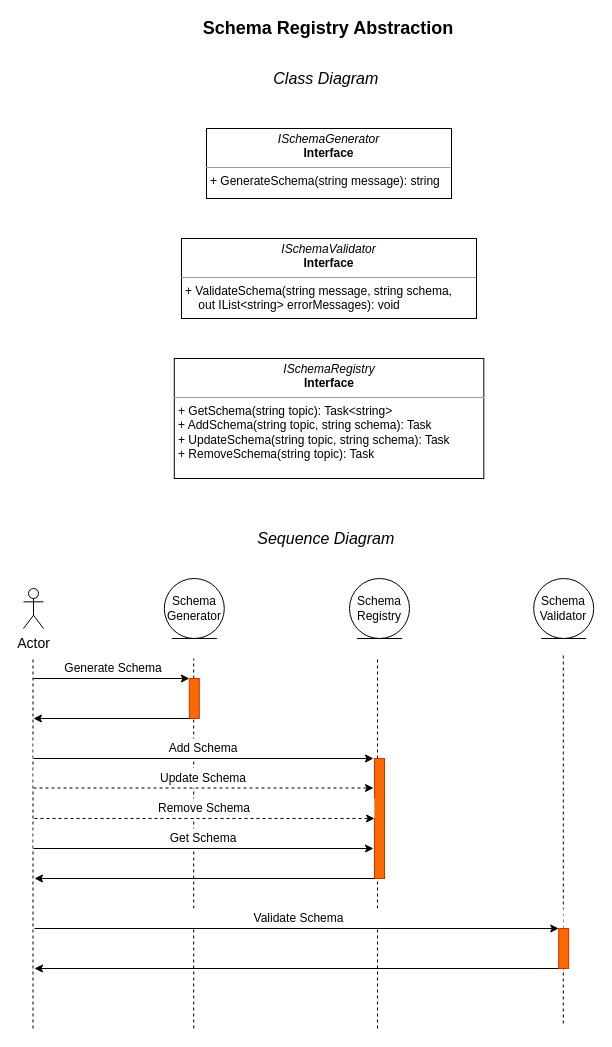
The draw.io diagram images/event-driven-schema-registry.drawio in event-driven-dotnet/EventDriven.SchemaRegistry.Mongo, before the edit. Source tidied: cells renumbered, new cells numbered last; positions are measured from the earlier drawing's top-left corner, leaving out a move shared by most shapes. Both pictures are drawn from the tidied source at 100%, with x=0, y=0 at pixel (23, 18).
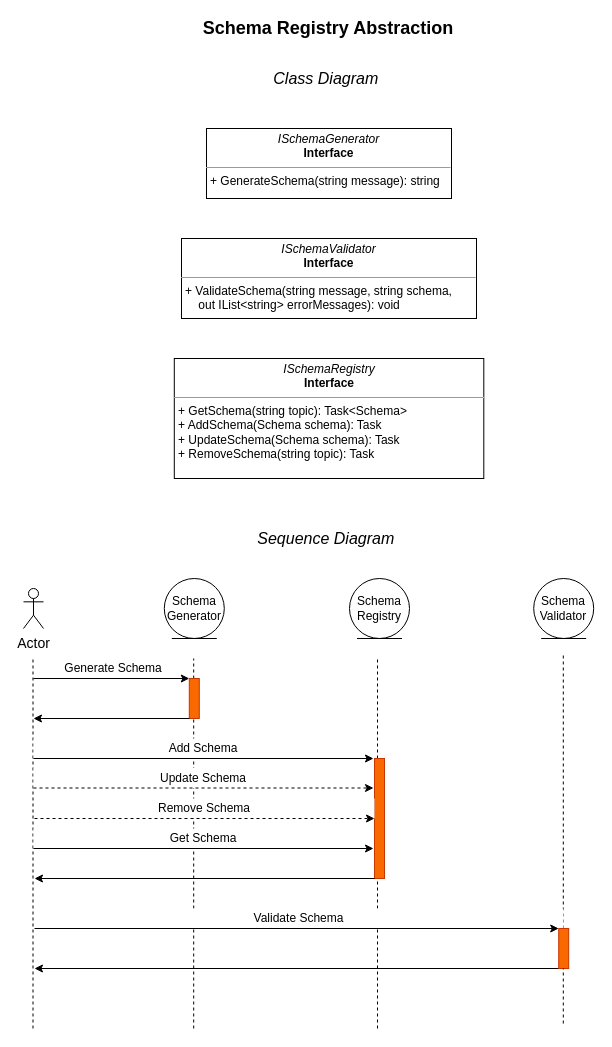
The same page after the edit.

Diff of the diagram source:
```diff
@@
-    <mxCell id="5" value="&lt;p style=&quot;margin: 0px ; margin-top: 4px ; text-align: center&quot;&gt;&lt;i&gt;ISchemaRegistry&lt;/i&gt;&lt;br&gt;&lt;b&gt;Interface&lt;/b&gt;&lt;/p&gt;&lt;hr size=&quot;1&quot;&gt;&lt;p style=&quot;margin: 0px ; margin-left: 4px&quot;&gt;+ GetSchema(string topic): Task&amp;lt;string&amp;gt;&lt;br&gt;+ AddSchema(string topic, string schema): Task&lt;/p&gt;&lt;p style=&quot;margin: 0px ; margin-left: 4px&quot;&gt;+ UpdateSchema(string topic, string schema): Task&lt;/p&gt;&lt;p style=&quot;margin: 0px ; margin-left: 4px&quot;&gt;+ RemoveSchema(string topic): Task&lt;/p&gt;" style="verticalAlign=top;align=left;overflow=fill;fontSize=12;fontFamily=Helvetica;html=1;" parent="1" vertex="1">
+    <mxCell id="5" value="&lt;p style=&quot;margin: 0px ; margin-top: 4px ; text-align: center&quot;&gt;&lt;i&gt;ISchemaRegistry&lt;/i&gt;&lt;br&gt;&lt;b&gt;Interface&lt;/b&gt;&lt;/p&gt;&lt;hr size=&quot;1&quot;&gt;&lt;p style=&quot;margin: 0px ; margin-left: 4px&quot;&gt;+ GetSchema(string topic): Task&amp;lt;Schema&amp;gt;&lt;br&gt;+ AddSchema(Schema&amp;nbsp;schema): Task&lt;/p&gt;&lt;p style=&quot;margin: 0px ; margin-left: 4px&quot;&gt;+ UpdateSchema(Schema&amp;nbsp;schema): Task&lt;/p&gt;&lt;p style=&quot;margin: 0px ; margin-left: 4px&quot;&gt;+ RemoveSchema(string topic): Task&lt;/p&gt;" style="verticalAlign=top;align=left;overflow=fill;fontSize=12;fontFamily=Helvetica;html=1;" parent="1" vertex="1">
       <mxGeometry x="150.8" y="340" width="309.5" height="120" as="geometry" />
     </mxCell>
```
